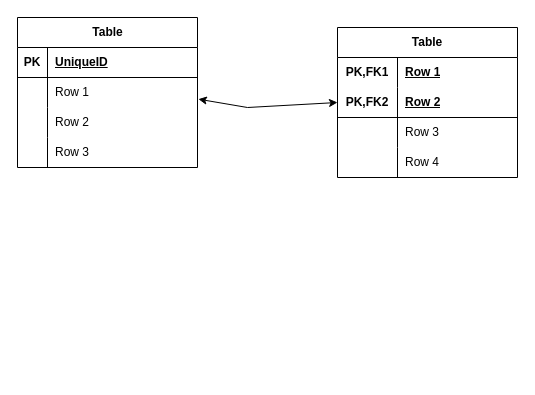
Before: diagrams/test.drawio in jimmyyo911/Liceul-Tehnolgoic-Electromures2, a draw.io diagram. Source tidied: cells renumbered, new cells numbered last; positions are measured from the earlier drawing's top-left corner, leaving out a move shared by most shapes. Both pictures are drawn from the tidied source at 100%, with x=0, y=0 at pixel (17, 17).
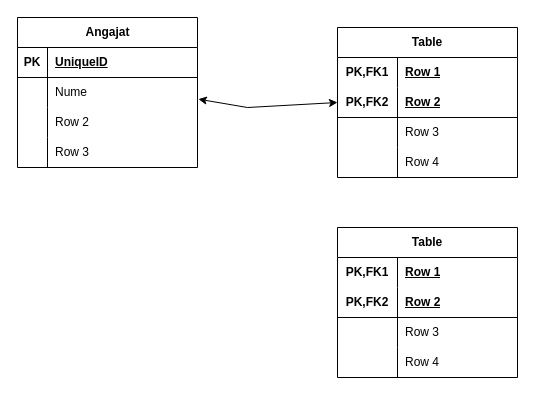
After the change.

Unchanged cells that the change refers to:
```xml
<mxCell id="6" style="shape=tableRow;horizontal=0;startSize=0;swimlaneHead=0;swimlaneBody=0;fillColor=none;points=[[0,0.5],[1,0.5]];portConstraint=eastwest;top=0;left=0;right=0;bottom=0;" parent="2" vertex="1">
  <mxGeometry y="60" width="180" height="30" as="geometry" />
</mxCell>
```

Change to the diagram source:
```diff
@@
-    <mxCell id="2" value="Table" style="shape=table;startSize=30;childLayout=tableLayout;rowLines=0;fontStyle=1;align=center;html=1;" parent="1" vertex="1">
+    <mxCell id="2" value="Angajat" style="shape=table;startSize=30;childLayout=tableLayout;rowLines=0;fontStyle=1;align=center;html=1;" parent="1" vertex="1">
       <mxGeometry width="180" height="150" as="geometry" />
     </mxCell>
@@
-    <mxCell id="8" value="Row 1" style="shape=partialRectangle;fillColor=none;top=0;left=0;bottom=0;right=0;align=left;spacingLeft=6;overflow=hidden;whiteSpace=wrap;html=1;" parent="6" vertex="1">
+    <mxCell id="8" value="Nume" style="shape=partialRectangle;fillColor=none;top=0;left=0;bottom=0;right=0;align=left;spacingLeft=6;overflow=hidden;whiteSpace=wrap;html=1;" parent="6" vertex="1">
       <mxGeometry x="30" width="150" height="30" as="geometry" />
     </mxCell>
@@
+    <mxCell id="29" value="Table" style="shape=table;startSize=30;childLayout=tableLayout;rowLines=0;fontStyle=1;align=center;html=1;whiteSpace=wrap;" parent="1" vertex="1">
+      <mxGeometry x="320" y="210" width="180" height="150" as="geometry" />
+    </mxCell>
+    <mxCell id="30" style="shape=tableRow;horizontal=0;startSize=0;swimlaneHead=0;swimlaneBody=0;fillColor=none;top=0;left=0;right=0;bottom=0;html=1;" parent="29" vertex="1">
+      <mxGeometry y="30" width="180" height="30" as="geometry" />
+    </mxCell>
+    <mxCell id="31" value="PK,FK1" style="shape=partialRectangle;fillColor=none;top=0;left=0;bottom=0;right=0;fontStyle=1;overflow=hidden;html=1;whiteSpace=wrap;" parent="30" vertex="1">
+      <mxGeometry width="60" height="30" as="geometry" />
+    </mxCell>
+    <mxCell id="32" value="Row 1" style="shape=partialRectangle;fillColor=none;top=0;left=0;bottom=0;right=0;align=left;spacingLeft=6;fontStyle=5;overflow=hidden;html=1;whiteSpace=wrap;" parent="30" vertex="1">
+      <mxGeometry x="60" width="120" height="30" as="geometry" />
+    </mxCell>
+    <mxCell id="33" style="shape=tableRow;horizontal=0;startSize=0;swimlaneHead=0;swimlaneBody=0;fillColor=none;top=0;left=0;right=0;bottom=1;html=1;" parent="29" vertex="1">
+      <mxGeometry y="60" width="180" height="30" as="geometry" />
+    </mxCell>
+    <mxCell id="34" value="PK,FK2" style="shape=partialRectangle;fillColor=none;top=0;left=0;bottom=0;right=0;fontStyle=1;overflow=hidden;html=1;whiteSpace=wrap;" parent="33" vertex="1">
+      <mxGeometry width="60" height="30" as="geometry" />
+    </mxCell>
+    <mxCell id="35" value="Row 2" style="shape=partialRectangle;fillColor=none;top=0;left=0;bottom=0;right=0;align=left;spacingLeft=6;fontStyle=5;overflow=hidden;html=1;whiteSpace=wrap;" parent="33" vertex="1">
+      <mxGeometry x="60" width="120" height="30" as="geometry" />
+    </mxCell>
+    <mxCell id="36" style="shape=tableRow;horizontal=0;startSize=0;swimlaneHead=0;swimlaneBody=0;fillColor=none;top=0;left=0;right=0;bottom=0;html=1;" parent="29" vertex="1">
+      <mxGeometry y="90" width="180" height="30" as="geometry" />
+    </mxCell>
+    <mxCell id="37" style="shape=partialRectangle;fillColor=none;top=0;left=0;bottom=0;right=0;overflow=hidden;html=1;whiteSpace=wrap;" parent="36" vertex="1">
+      <mxGeometry width="60" height="30" as="geometry" />
+    </mxCell>
+    <mxCell id="38" value="Row 3" style="shape=partialRectangle;fillColor=none;top=0;left=0;bottom=0;right=0;align=left;spacingLeft=6;overflow=hidden;html=1;whiteSpace=wrap;" parent="36" vertex="1">
+      <mxGeometry x="60" width="120" height="30" as="geometry" />
+    </mxCell>
+    <mxCell id="39" style="shape=tableRow;horizontal=0;startSize=0;swimlaneHead=0;swimlaneBody=0;fillColor=none;top=0;left=0;right=0;bottom=0;html=1;" parent="29" vertex="1">
+      <mxGeometry y="120" width="180" height="30" as="geometry" />
+    </mxCell>
+    <mxCell id="40" style="shape=partialRectangle;fillColor=none;top=0;left=0;bottom=0;right=0;overflow=hidden;html=1;whiteSpace=wrap;" parent="39" vertex="1">
+      <mxGeometry width="60" height="30" as="geometry" />
+    </mxCell>
+    <mxCell id="41" value="Row 4" style="shape=partialRectangle;fillColor=none;top=0;left=0;bottom=0;right=0;align=left;spacingLeft=6;overflow=hidden;html=1;whiteSpace=wrap;" parent="39" vertex="1">
+      <mxGeometry x="60" width="120" height="30" as="geometry" />
+    </mxCell>
```
